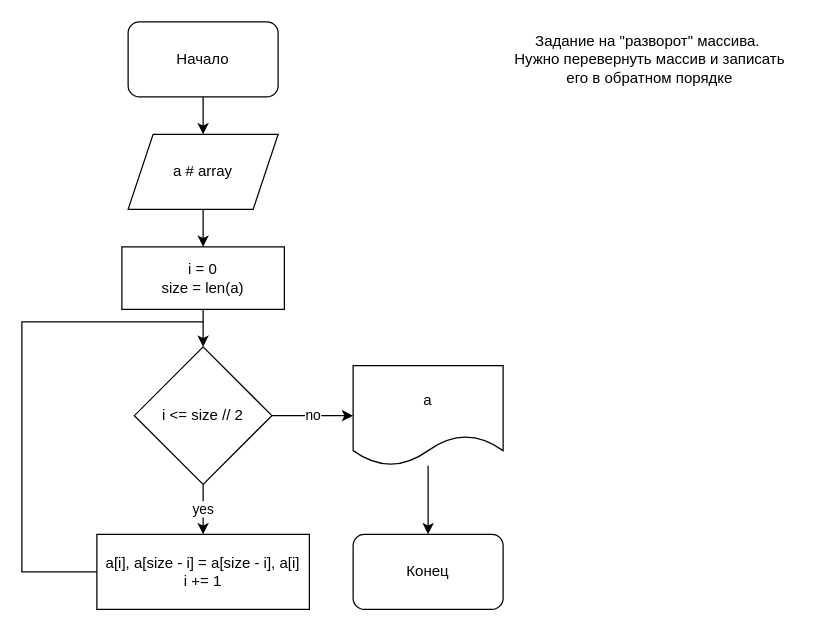
This is programming_intro/sem2_homework/sem2_homework2.drawio from alter-mind/GbPyDev, a draw.io file, before an edit. Source tidied: cells renumbered, new cells numbered last; positions are measured from the earlier drawing's top-left corner, leaving out a move shared by most shapes. Both pictures are drawn from the tidied source at 125%, with x=0, y=0 at pixel (21, 21).
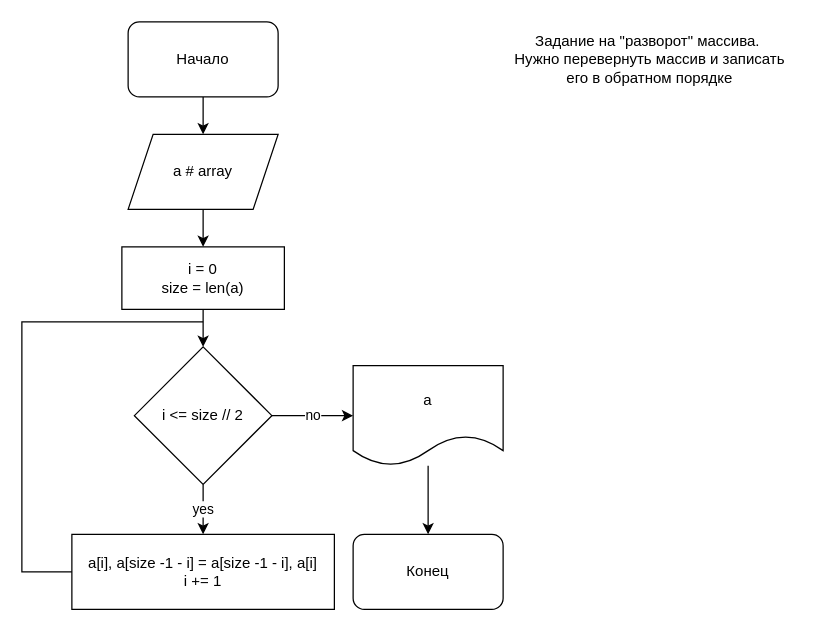
The same diagram, later.

Commit message:
fix sem2_homework2 error out of range

The edit, as a diff of the source:
```diff
@@
-    <mxCell id="11" value="a[i], a[size - i] = a[size - i], a[i]&lt;br&gt;i += 1" style="rounded=0;whiteSpace=wrap;html=1;" parent="1" vertex="1">
-      <mxGeometry x="60" y="410" width="170" height="60" as="geometry" />
+    <mxCell id="11" value="a[i], a[size -1 - i] = a[size -1 - i], a[i]&lt;br&gt;i += 1" style="rounded=0;whiteSpace=wrap;html=1;" parent="1" vertex="1">
+      <mxGeometry x="40" y="410" width="210" height="60" as="geometry" />
     </mxCell>
@@
-    <mxCell id="15" style="endArrow=none;html=1;rounded=0;entryX=0;entryY=0.5;entryDx=0;entryDy=0;" parent="1" edge="1" target="11">
+    <mxCell id="15" style="endArrow=none;html=1;rounded=0;" parent="1" edge="1">
       <mxGeometry relative="1" as="geometry">
         <mxPoint x="145" y="240" as="sourcePoint" />
+        <mxPoint x="40" y="440" as="targetPoint" />
         <Array as="points">
           <mxPoint y="240" />
           <mxPoint y="440" />
         </Array>
       </mxGeometry>
     </mxCell>
```
